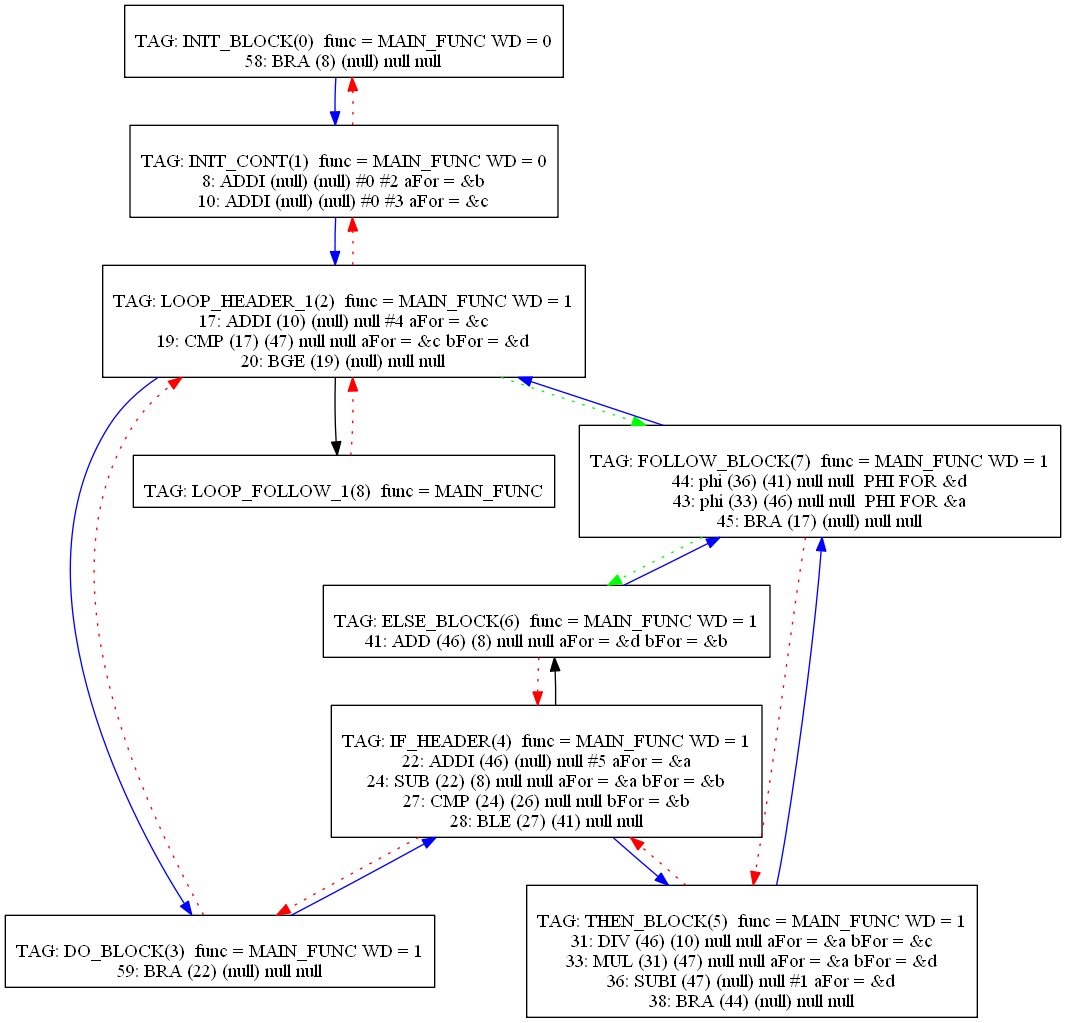
The Graphviz diagram Compiler/23graph.png in mbajaj92/Project-Astoria, before a commit. Its source is kept beside it as Compiler/23graph.dot. The source it was exported from:
```dot
digraph {
0[label="
TAG: INIT_BLOCK(0)  func = MAIN_FUNC WD = 0
58: BRA (8) (null) null null
"];
0[shape=box];
0 -> 1[color=blue]
1[label="
TAG: INIT_CONT(1)  func = MAIN_FUNC WD = 0
8: ADDI (null) (null) #0 #2 aFor = &b
10: ADDI (null) (null) #0 #3 aFor = &c
"];
1[shape=box];
1 -> 2[color=blue]
1 -> 0[color=red][style=dotted]
2[label="
TAG: LOOP_HEADER_1(2)  func = MAIN_FUNC WD = 1
17: ADDI (10) (null) null #4 aFor = &c
19: CMP (17) (47) null null aFor = &c bFor = &d
20: BGE (19) (null) null null
"];
2[shape=box];
2 -> 3[color=blue]
2 -> 8[color=black]
2 -> 1[color=red][style=dotted]
2 -> 7[color=green][style=dotted]
3[label="
TAG: DO_BLOCK(3)  func = MAIN_FUNC WD = 1
59: BRA (22) (null) null null
"];
3[shape=box];
3 -> 4[color=blue]
3 -> 2[color=red][style=dotted]
4[label="
TAG: IF_HEADER(4)  func = MAIN_FUNC WD = 1
22: ADDI (46) (null) null #5 aFor = &a
24: SUB (22) (8) null null aFor = &a bFor = &b
27: CMP (24) (26) null null bFor = &b
28: BLE (27) (41) null null
"];
4[shape=box];
4 -> 5[color=blue]
4 -> 6[color=black]
4 -> 3[color=red][style=dotted]
5[label="
TAG: THEN_BLOCK(5)  func = MAIN_FUNC WD = 1
31: DIV (46) (10) null null aFor = &a bFor = &c
33: MUL (31) (47) null null aFor = &a bFor = &d
36: SUBI (47) (null) null #1 aFor = &d
38: BRA (44) (null) null null
"];
5[shape=box];
5 -> 7[color=blue]
5 -> 4[color=red][style=dotted]
6[label="
TAG: ELSE_BLOCK(6)  func = MAIN_FUNC WD = 1
41: ADD (46) (8) null null aFor = &d bFor = &b
"];
6[shape=box];
6 -> 7[color=blue]
6 -> 4[color=red][style=dotted]
7[label="
TAG: FOLLOW_BLOCK(7)  func = MAIN_FUNC WD = 1
44: phi (36) (41) null null  PHI FOR &d
43: phi (33) (46) null null  PHI FOR &a
45: BRA (17) (null) null null
"];
7[shape=box];
7 -> 2[color=blue]
7 -> 5[color=red][style=dotted]
7 -> 6[color=green][style=dotted]
8[label="
TAG: LOOP_FOLLOW_1(8)  func = MAIN_FUNC
"];
8[shape=box];
8 -> 2[color=red][style=dotted]
}
```
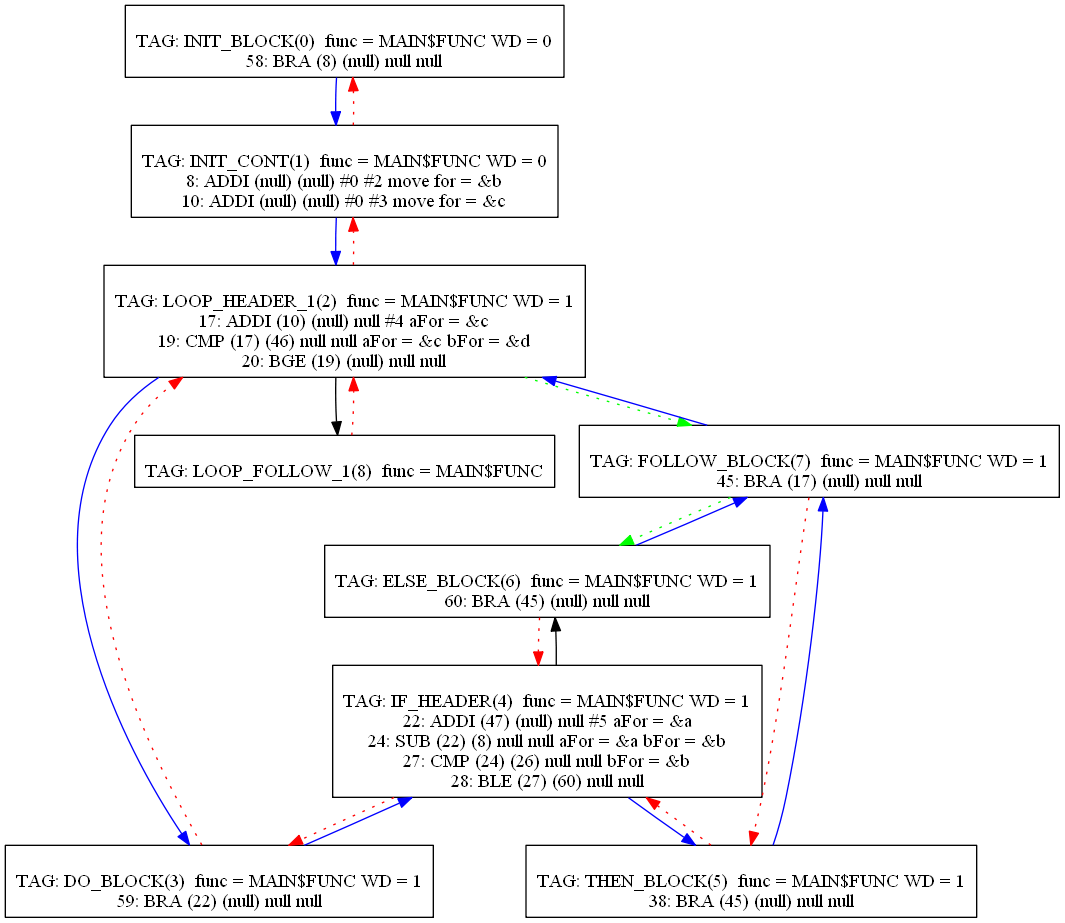
The same diagram one commit later.

Diff of the diagram source:
```diff
@@ -1,22 +1,22 @@
 digraph {
 0[label="
-TAG: INIT_BLOCK(0)  func = MAIN_FUNC WD = 0
+TAG: INIT_BLOCK(0)  func = MAIN$FUNC WD = 0
 58: BRA (8) (null) null null
 "];
 0[shape=box];
 0 -> 1[color=blue]
 1[label="
-TAG: INIT_CONT(1)  func = MAIN_FUNC WD = 0
-8: ADDI (null) (null) #0 #2 aFor = &b
-10: ADDI (null) (null) #0 #3 aFor = &c
+TAG: INIT_CONT(1)  func = MAIN$FUNC WD = 0
+8: ADDI (null) (null) #0 #2 move for = &b
+10: ADDI (null) (null) #0 #3 move for = &c
 "];
 1[shape=box];
 1 -> 2[color=blue]
 1 -> 0[color=red][style=dotted]
 2[label="
-TAG: LOOP_HEADER_1(2)  func = MAIN_FUNC WD = 1
+TAG: LOOP_HEADER_1(2)  func = MAIN$FUNC WD = 1
 17: ADDI (10) (null) null #4 aFor = &c
-19: CMP (17) (47) null null aFor = &c bFor = &d
+19: CMP (17) (46) null null aFor = &c bFor = &d
 20: BGE (19) (null) null null
 "];
 2[shape=box];
@@ -25,44 +25,39 @@
 2 -> 1[color=red][style=dotted]
 2 -> 7[color=green][style=dotted]
 3[label="
-TAG: DO_BLOCK(3)  func = MAIN_FUNC WD = 1
+TAG: DO_BLOCK(3)  func = MAIN$FUNC WD = 1
 59: BRA (22) (null) null null
 "];
 3[shape=box];
 3 -> 4[color=blue]
 3 -> 2[color=red][style=dotted]
 4[label="
-TAG: IF_HEADER(4)  func = MAIN_FUNC WD = 1
-22: ADDI (46) (null) null #5 aFor = &a
+TAG: IF_HEADER(4)  func = MAIN$FUNC WD = 1
+22: ADDI (47) (null) null #5 aFor = &a
 24: SUB (22) (8) null null aFor = &a bFor = &b
 27: CMP (24) (26) null null bFor = &b
-28: BLE (27) (41) null null
+28: BLE (27) (60) null null
 "];
 4[shape=box];
 4 -> 5[color=blue]
 4 -> 6[color=black]
 4 -> 3[color=red][style=dotted]
 5[label="
-TAG: THEN_BLOCK(5)  func = MAIN_FUNC WD = 1
-31: DIV (46) (10) null null aFor = &a bFor = &c
-33: MUL (31) (47) null null aFor = &a bFor = &d
-36: SUBI (47) (null) null #1 aFor = &d
-38: BRA (44) (null) null null
+TAG: THEN_BLOCK(5)  func = MAIN$FUNC WD = 1
+38: BRA (45) (null) null null
 "];
 5[shape=box];
 5 -> 7[color=blue]
 5 -> 4[color=red][style=dotted]
 6[label="
-TAG: ELSE_BLOCK(6)  func = MAIN_FUNC WD = 1
-41: ADD (46) (8) null null aFor = &d bFor = &b
+TAG: ELSE_BLOCK(6)  func = MAIN$FUNC WD = 1
+60: BRA (45) (null) null null
 "];
 6[shape=box];
 6 -> 7[color=blue]
 6 -> 4[color=red][style=dotted]
 7[label="
-TAG: FOLLOW_BLOCK(7)  func = MAIN_FUNC WD = 1
-44: phi (36) (41) null null  PHI FOR &d
-43: phi (33) (46) null null  PHI FOR &a
+TAG: FOLLOW_BLOCK(7)  func = MAIN$FUNC WD = 1
 45: BRA (17) (null) null null
 "];
 7[shape=box];
@@ -70,7 +65,7 @@
 7 -> 5[color=red][style=dotted]
 7 -> 6[color=green][style=dotted]
 8[label="
-TAG: LOOP_FOLLOW_1(8)  func = MAIN_FUNC
+TAG: LOOP_FOLLOW_1(8)  func = MAIN$FUNC
 "];
 8[shape=box];
 8 -> 2[color=red][style=dotted]
```
